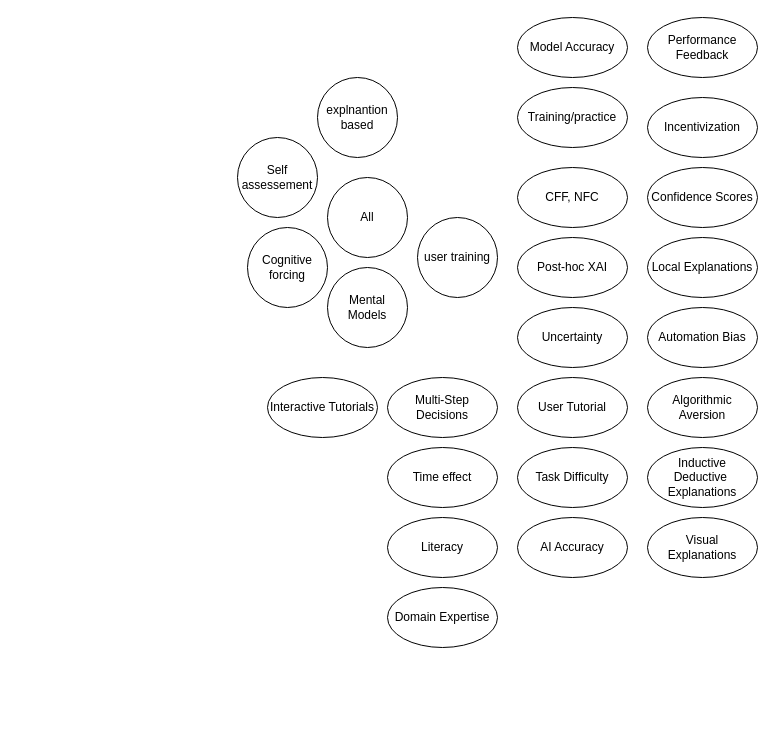
This is ext/chi-rev-method-overview.drawio from raeeschaudhary/Coursera_Exams, a draw.io file, before an edit. Source tidied: cells renumbered, new cells numbered last; positions are measured from the earlier drawing's top-left corner, leaving out a move shared by most shapes. Both pictures are drawn from the tidied source at 100%, with x=0, y=0 at pixel (237, 17).
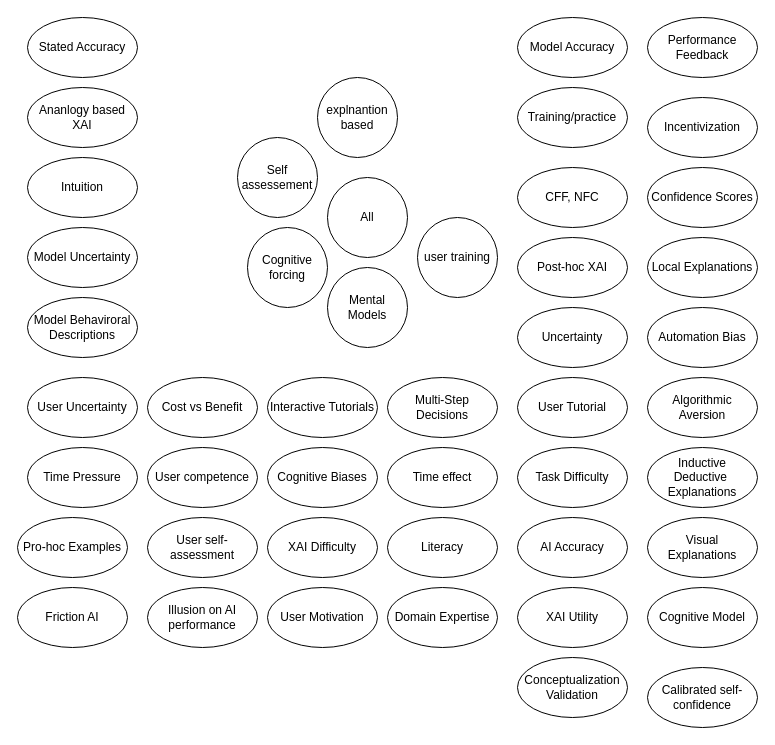
The same page after the edit.

Diff of the diagram source:
```diff
@@
+    <mxCell id="29" value="Cognitive Biases" style="ellipse;whiteSpace=wrap;html=1;" parent="1" vertex="1">
+      <mxGeometry x="30" y="430" width="110" height="60" as="geometry" />
+    </mxCell>
+    <mxCell id="30" value="Cognitive Model" style="ellipse;whiteSpace=wrap;html=1;" parent="1" vertex="1">
+      <mxGeometry x="410" y="570" width="110" height="60" as="geometry" />
+    </mxCell>
+    <mxCell id="31" value="XAI Utility" style="ellipse;whiteSpace=wrap;html=1;" parent="1" vertex="1">
+      <mxGeometry x="280" y="570" width="110" height="60" as="geometry" />
+    </mxCell>
+    <mxCell id="32" value="XAI Difficulty" style="ellipse;whiteSpace=wrap;html=1;" parent="1" vertex="1">
+      <mxGeometry x="30" y="500" width="110" height="60" as="geometry" />
+    </mxCell>
+    <mxCell id="33" value="User Motivation" style="ellipse;whiteSpace=wrap;html=1;" parent="1" vertex="1">
+      <mxGeometry x="30" y="570" width="110" height="60" as="geometry" />
+    </mxCell>
+    <mxCell id="34" value="Cost vs Benefit" style="ellipse;whiteSpace=wrap;html=1;" parent="1" vertex="1">
+      <mxGeometry x="-90" y="360" width="110" height="60" as="geometry" />
+    </mxCell>
+    <mxCell id="35" value="User competence" style="ellipse;whiteSpace=wrap;html=1;" parent="1" vertex="1">
+      <mxGeometry x="-90" y="430" width="110" height="60" as="geometry" />
+    </mxCell>
+    <mxCell id="36" value="User self-assessment" style="ellipse;whiteSpace=wrap;html=1;" parent="1" vertex="1">
+      <mxGeometry x="-90" y="500" width="110" height="60" as="geometry" />
+    </mxCell>
+    <mxCell id="37" value="Illusion on AI performance" style="ellipse;whiteSpace=wrap;html=1;" parent="1" vertex="1">
+      <mxGeometry x="-90" y="570" width="110" height="60" as="geometry" />
+    </mxCell>
+    <mxCell id="38" value="Stated Accuracy" style="ellipse;whiteSpace=wrap;html=1;" parent="1" vertex="1">
+      <mxGeometry x="-210" width="110" height="60" as="geometry" />
+    </mxCell>
+    <mxCell id="39" value="Ananlogy based XAI" style="ellipse;whiteSpace=wrap;html=1;" parent="1" vertex="1">
+      <mxGeometry x="-210" y="70" width="110" height="60" as="geometry" />
+    </mxCell>
+    <mxCell id="40" value="Intuition" style="ellipse;whiteSpace=wrap;html=1;" parent="1" vertex="1">
+      <mxGeometry x="-210" y="140" width="110" height="60" as="geometry" />
+    </mxCell>
+    <mxCell id="41" value="Model Uncertainty" style="ellipse;whiteSpace=wrap;html=1;" parent="1" vertex="1">
+      <mxGeometry x="-210" y="210" width="110" height="60" as="geometry" />
+    </mxCell>
+    <mxCell id="42" value="Model Behaviroral Descriptions" style="ellipse;whiteSpace=wrap;html=1;" parent="1" vertex="1">
+      <mxGeometry x="-210" y="280" width="110" height="60" as="geometry" />
+    </mxCell>
+    <mxCell id="43" value="User Uncertainty" style="ellipse;whiteSpace=wrap;html=1;" parent="1" vertex="1">
+      <mxGeometry x="-210" y="360" width="110" height="60" as="geometry" />
+    </mxCell>
+    <mxCell id="44" value="Time Pressure" style="ellipse;whiteSpace=wrap;html=1;" parent="1" vertex="1">
+      <mxGeometry x="-210" y="430" width="110" height="60" as="geometry" />
+    </mxCell>
+    <mxCell id="45" value="Pro-hoc Examples" style="ellipse;whiteSpace=wrap;html=1;" parent="1" vertex="1">
+      <mxGeometry x="-220" y="500" width="110" height="60" as="geometry" />
+    </mxCell>
+    <mxCell id="46" value="Friction AI" style="ellipse;whiteSpace=wrap;html=1;" parent="1" vertex="1">
+      <mxGeometry x="-220" y="570" width="110" height="60" as="geometry" />
+    </mxCell>
+    <mxCell id="47" value="Calibrated self-confidence" style="ellipse;whiteSpace=wrap;html=1;" parent="1" vertex="1">
+      <mxGeometry x="410" y="650" width="110" height="60" as="geometry" />
+    </mxCell>
+    <mxCell id="48" value="Conceptualization Validation" style="ellipse;whiteSpace=wrap;html=1;" parent="1" vertex="1">
+      <mxGeometry x="280" y="640" width="110" height="60" as="geometry" />
+    </mxCell>
```
